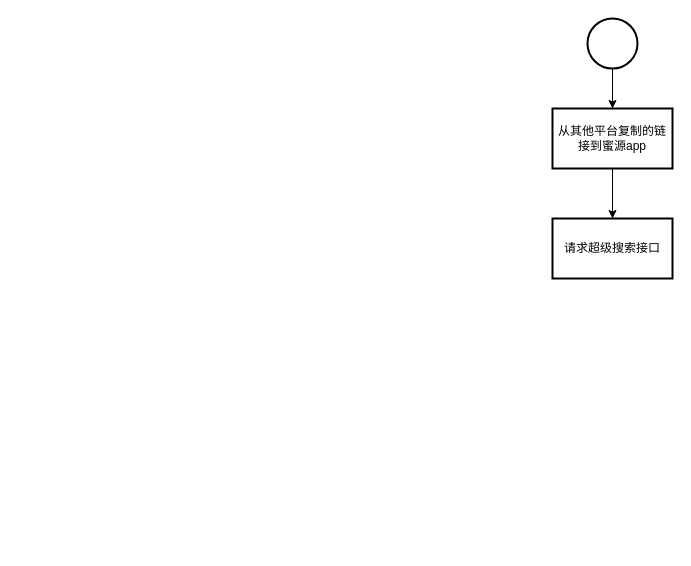
The draw.io diagram miyuan/超级搜索.drawio in smallleaf/draw.io, before the edit. Source tidied: cells renumbered, new cells numbered last; positions are measured from the earlier drawing's top-left corner, leaving out a move shared by most shapes. Both pictures are drawn from the tidied source at 100%, with x=0, y=0 at pixel (552, 18).
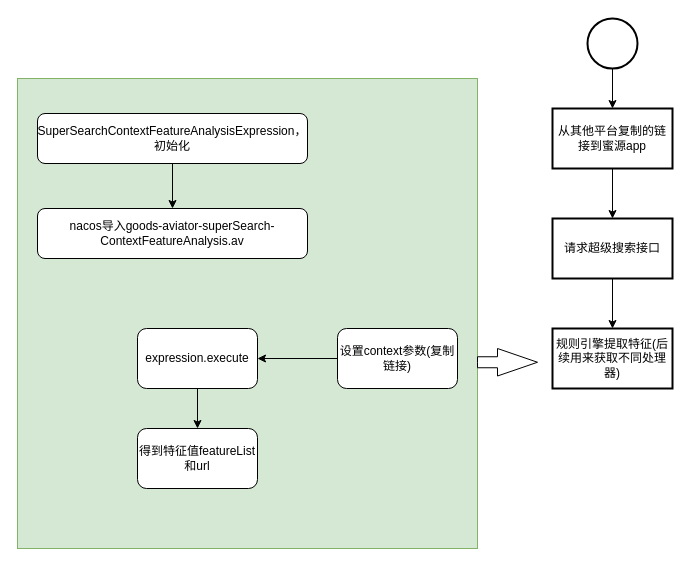
The same diagram, later.

Commit message (it also covers changes not shown here):
更新超级搜索.drawio

Diff of the diagram source:
```diff
@@
 <mxGraphModel>
   <root>
     <mxCell id="0" />
     <mxCell id="1" parent="0" />
     <mxCell id="2" style="edgeStyle=orthogonalEdgeStyle;rounded=0;jettySize=auto;html=1;" parent="1" edge="1" source="3" target="5">
       <mxGeometry relative="1" as="geometry" />
     </mxCell>
     <mxCell id="3" style="strokeWidth=2;html=1;shape=mxgraph.flowchart.start_2;whiteSpace=wrap;" parent="1" vertex="1">
       <mxGeometry x="35" width="50" height="50" as="geometry" />
     </mxCell>
     <mxCell id="4" style="edgeStyle=orthogonalEdgeStyle;rounded=0;jettySize=auto;html=1;" parent="1" edge="1" source="5" target="6">
       <mxGeometry relative="1" as="geometry" />
     </mxCell>
     <mxCell id="5" value="从其他平台复制的链接到蜜源app" style="whiteSpace=wrap;html=1;strokeWidth=2;" parent="1" vertex="1">
       <mxGeometry y="90" width="120" height="60" as="geometry" />
     </mxCell>
+    <mxCell id="7" style="edgeStyle=orthogonalEdgeStyle;rounded=0;jettySize=auto;html=1;" parent="1" edge="1" source="6" target="8">
+      <mxGeometry relative="1" as="geometry" />
+    </mxCell>
     <mxCell id="6" value="请求超级搜索接口" style="whiteSpace=wrap;html=1;strokeWidth=2;" parent="1" vertex="1">
       <mxGeometry y="200" width="120" height="60" as="geometry" />
     </mxCell>
+    <mxCell id="8" value="规则引擎提取特征(后续用来获取不同处理器)" style="whiteSpace=wrap;html=1;strokeWidth=2;" parent="1" vertex="1">
+      <mxGeometry y="310" width="120" height="60" as="geometry" />
+    </mxCell>
+    <mxCell id="9" style="rounded=0;whiteSpace=wrap;html=1;fillColor=#d5e8d4;strokeColor=#82b366;" parent="1" vertex="1">
+      <mxGeometry x="-535" y="60" width="460" height="470" as="geometry" />
+    </mxCell>
+    <mxCell id="10" style="edgeStyle=orthogonalEdgeStyle;rounded=0;jettySize=auto;html=1;" parent="1" edge="1" source="11" target="12">
+      <mxGeometry relative="1" as="geometry" />
+    </mxCell>
+    <mxCell id="11" value="SuperSearchContextFeatureAnalysisExpression，初始化" style="rounded=1;whiteSpace=wrap;html=1;" parent="1" vertex="1">
+      <mxGeometry x="-515" y="95" width="270" height="50" as="geometry" />
+    </mxCell>
+    <mxCell id="12" value="nacos导入goods-aviator-superSearch-ContextFeatureAnalysis.av" style="rounded=1;whiteSpace=wrap;html=1;" parent="1" vertex="1">
+      <mxGeometry x="-515" y="190" width="270" height="50" as="geometry" />
+    </mxCell>
+    <mxCell id="13" style="edgeStyle=orthogonalEdgeStyle;rounded=0;jettySize=auto;html=1;" parent="1" edge="1" source="14" target="17">
+      <mxGeometry relative="1" as="geometry" />
+    </mxCell>
+    <mxCell id="14" value="设置context参数(复制链接)" style="rounded=1;whiteSpace=wrap;html=1;" parent="1" vertex="1">
+      <mxGeometry x="-215" y="310" width="120" height="60" as="geometry" />
+    </mxCell>
+    <mxCell id="15" style="html=1;shadow=0;dashed=0;align=center;verticalAlign=middle;shape=mxgraph.arrows2.arrow;dy=0.6;dx=40;notch=0;" parent="1" vertex="1">
+      <mxGeometry x="-75" y="330" width="60" height="27.5" as="geometry" />
+    </mxCell>
+    <mxCell id="16" style="edgeStyle=orthogonalEdgeStyle;rounded=0;jettySize=auto;html=1;" parent="1" edge="1" source="17" target="18">
+      <mxGeometry relative="1" as="geometry" />
+    </mxCell>
+    <mxCell id="17" value="expression.execute" style="whiteSpace=wrap;html=1;rounded=1;" parent="1" vertex="1">
+      <mxGeometry x="-415" y="310" width="120" height="60" as="geometry" />
+    </mxCell>
+    <mxCell id="18" value="得到特征值featureList和url" style="whiteSpace=wrap;html=1;rounded=1;" parent="1" vertex="1">
+      <mxGeometry x="-415" y="410" width="120" height="60" as="geometry" />
+    </mxCell>
   </root>
 </mxGraphModel>
```
